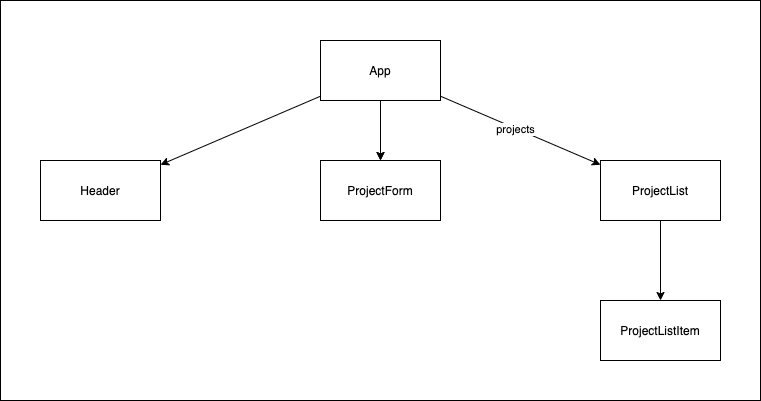
Above: assets/component-hierarchy-with-data-flow.png in felipamendez/SENG-LIVE-011022-phase-2 (draw.io), before the change. Source tidied: cells renumbered, new cells last; positions are measured from the earlier drawing's top-left corner, leaving out a move shared by most shapes.
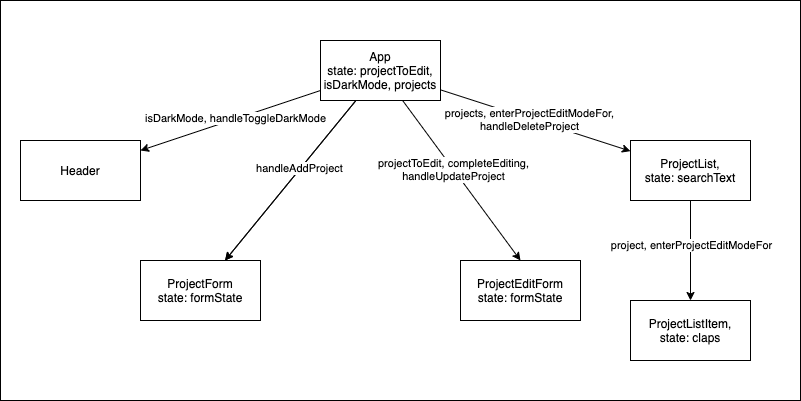
The same file after the commit.

The edit, as a diff of the source:
```diff
@@ -3,43 +3,61 @@
     <mxCell id="0" />
     <mxCell id="1" value="BG" parent="0" />
     <mxCell id="2" style="rounded=0;whiteSpace=wrap;html=1;" parent="1" vertex="1">
-      <mxGeometry width="760" height="400" as="geometry" />
+      <mxGeometry width="800" height="400" as="geometry" />
     </mxCell>
     <mxCell id="3" value="Content" parent="0" />
     <mxCell id="4" style="edgeStyle=none;html=1;" parent="3" edge="1" source="9" target="10">
       <mxGeometry relative="1" as="geometry" />
     </mxCell>
+    <mxCell id="15" value="isDarkMode, handleToggleDarkMode" style="edgeLabel;html=1;align=center;verticalAlign=middle;" parent="4" vertex="1">
+      <mxGeometry x="-0.05" y="-1" relative="1" as="geometry" />
+    </mxCell>
     <mxCell id="5" style="edgeStyle=none;html=1;" parent="3" edge="1" source="9" target="11">
       <mxGeometry relative="1" as="geometry" />
     </mxCell>
     <mxCell id="6" style="edgeStyle=none;html=1;" parent="3" edge="1" source="9" target="11">
       <mxGeometry relative="1" as="geometry" />
     </mxCell>
+    <mxCell id="16" value="handleAddProject" style="edgeLabel;html=1;align=center;verticalAlign=middle;" parent="6" vertex="1">
+      <mxGeometry x="-0.14" y="-1" relative="1" as="geometry" />
+    </mxCell>
     <mxCell id="7" style="edgeStyle=none;html=1;" parent="3" edge="1" source="9" target="13">
       <mxGeometry relative="1" as="geometry" />
     </mxCell>
-    <mxCell id="8" value="projects" style="edgeLabel;html=1;align=center;verticalAlign=middle;" parent="7" vertex="1">
+    <mxCell id="8" value="projects, enterProjectEditModeFor,&lt;br&gt;handleDeleteProject" style="edgeLabel;html=1;align=center;verticalAlign=middle;" parent="7" vertex="1">
       <mxGeometry x="-0.08" y="-1" relative="1" as="geometry">
         <mxPoint x="1" as="offset" />
       </mxGeometry>
     </mxCell>
+    <mxCell id="17" style="edgeStyle=none;html=1;entryX=0.5;entryY=0;entryDx=0;entryDy=0;" parent="3" edge="1" source="9" target="20">
+      <mxGeometry relative="1" as="geometry" />
+    </mxCell>
+    <mxCell id="18" value="projectToEdit, completeEditing,&lt;br&gt;handleUpdateProject" style="edgeLabel;html=1;align=center;verticalAlign=middle;" parent="17" vertex="1">
+      <mxGeometry x="-0.15" relative="1" as="geometry" />
+    </mxCell>
-    <mxCell id="9" value="App" style="rounded=0;whiteSpace=wrap;html=1;" parent="3" vertex="1">
+    <mxCell id="9" value="App&lt;br&gt;state: projectToEdit, isDarkMode, projects" style="rounded=0;whiteSpace=wrap;html=1;" parent="3" vertex="1">
       <mxGeometry x="320" y="40" width="120" height="60" as="geometry" />
     </mxCell>
     <mxCell id="10" value="Header" style="rounded=0;whiteSpace=wrap;html=1;" parent="3" vertex="1">
-      <mxGeometry x="40" y="160" width="120" height="60" as="geometry" />
+      <mxGeometry x="20" y="140" width="120" height="60" as="geometry" />
     </mxCell>
-    <mxCell id="11" value="ProjectForm" style="rounded=0;whiteSpace=wrap;html=1;" parent="3" vertex="1">
-      <mxGeometry x="320" y="160" width="120" height="60" as="geometry" />
+    <mxCell id="11" value="ProjectForm&lt;br&gt;state: formState" style="rounded=0;whiteSpace=wrap;html=1;" parent="3" vertex="1">
+      <mxGeometry x="140" y="260" width="120" height="60" as="geometry" />
     </mxCell>
     <mxCell id="12" style="edgeStyle=none;html=1;" parent="3" edge="1" source="13" target="14">
       <mxGeometry relative="1" as="geometry" />
     </mxCell>
+    <mxCell id="19" value="project, enterProjectEditModeFor" style="edgeLabel;html=1;align=center;verticalAlign=middle;" parent="12" vertex="1">
+      <mxGeometry x="-0.13" relative="1" as="geometry" />
+    </mxCell>
-    <mxCell id="13" value="ProjectList" style="rounded=0;whiteSpace=wrap;html=1;" parent="3" vertex="1">
-      <mxGeometry x="600" y="160" width="120" height="60" as="geometry" />
+    <mxCell id="13" value="ProjectList,&lt;br&gt;state: searchText" style="rounded=0;whiteSpace=wrap;html=1;" parent="3" vertex="1">
+      <mxGeometry x="630" y="140" width="120" height="60" as="geometry" />
     </mxCell>
-    <mxCell id="14" value="ProjectListItem" style="rounded=0;whiteSpace=wrap;html=1;" parent="3" vertex="1">
-      <mxGeometry x="600" y="300" width="120" height="60" as="geometry" />
+    <mxCell id="14" value="ProjectListItem,&lt;br&gt;state: claps" style="rounded=0;whiteSpace=wrap;html=1;" parent="3" vertex="1">
+      <mxGeometry x="630" y="300" width="120" height="60" as="geometry" />
     </mxCell>
+    <mxCell id="20" value="ProjectEditForm&lt;br&gt;state: formState" style="rounded=0;whiteSpace=wrap;html=1;" parent="3" vertex="1">
+      <mxGeometry x="460" y="260" width="120" height="60" as="geometry" />
+    </mxCell>
   </root>
 </mxGraphModel>
```
